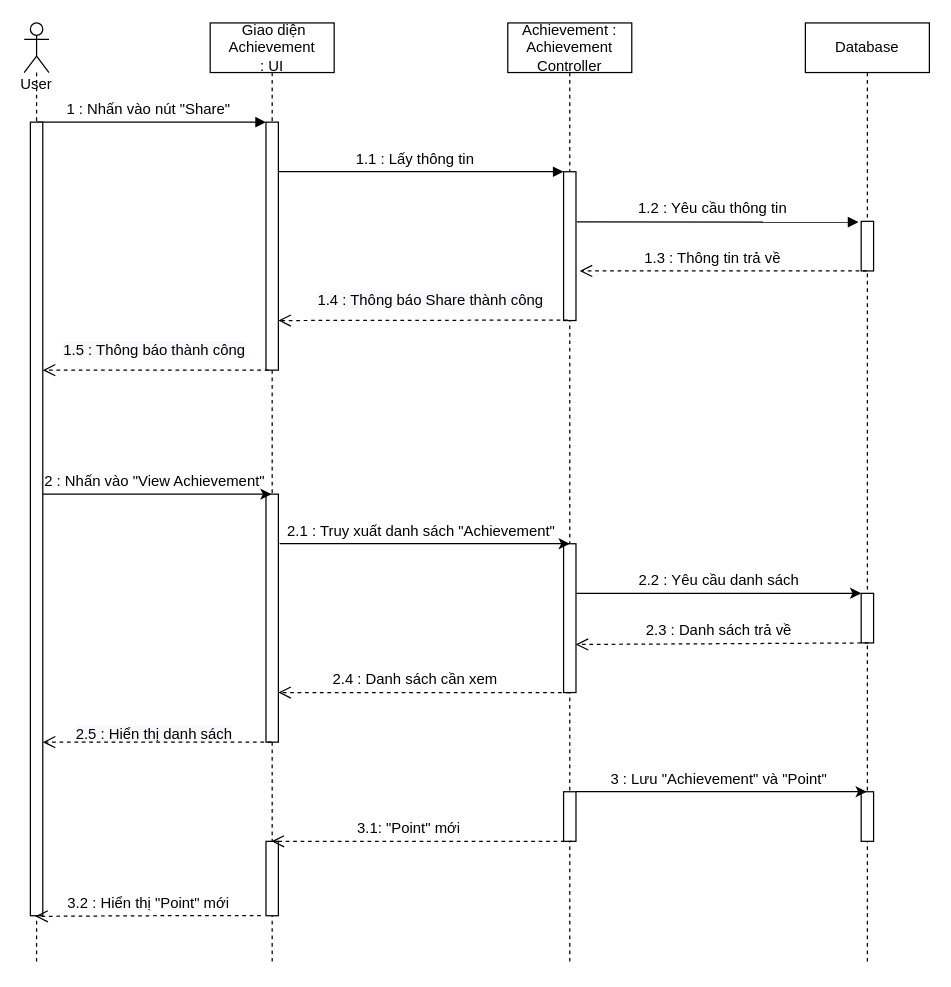
Merevoli-DatLuu/To-Do-App keeps this draw.io diagram as ToDoApp-Doc/Document/Diagram/Sequence Diagram/Achievement/Achievement_SequenceDiagram.drawio. Above is the earlier version. Source tidied: cells renumbered, new cells numbered last; positions are measured from the earlier drawing's top-left corner, leaving out a move shared by most shapes. Both pictures are drawn from the tidied source at 124%, with x=0, y=0 at pixel (24, 22).
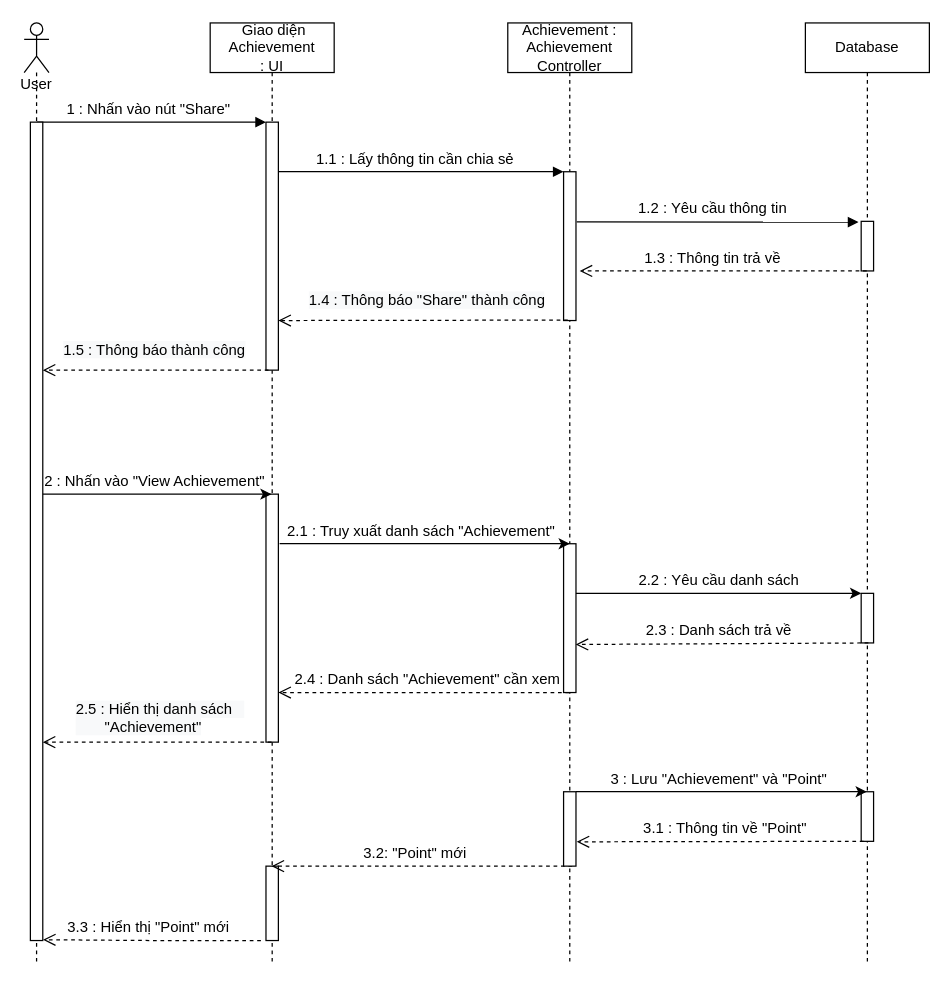
Above is the later version.

Commit message:
[Modified] : Achievement_SequenceDiagram

Unchanged cells that the change refers to:
```xml
<mxCell id="2" value="&amp;nbsp;Giao diện Achievement&lt;br&gt;: UI" style="shape=umlLifeline;perimeter=lifelinePerimeter;whiteSpace=wrap;html=1;outlineConnect=0;" parent="1" vertex="1">
  <mxGeometry x="150" width="100" height="760" as="geometry" />
</mxCell>
<mxCell id="6" value="Achievement : Achievement Controller" style="shape=umlLifeline;perimeter=lifelinePerimeter;whiteSpace=wrap;html=1;outlineConnect=0;" parent="1" vertex="1">
  <mxGeometry x="390" width="100" height="760" as="geometry" />
</mxCell>
<mxCell id="26" value="User" style="shape=umlLifeline;participant=umlActor;perimeter=lifelinePerimeter;whiteSpace=wrap;html=1;verticalAlign=top;spacingTop=36;" parent="1" vertex="1">
  <mxGeometry width="20" height="760" as="geometry" />
</mxCell>
```

The edit, as a diff of the source:
```diff
@@
     <mxCell id="5" style="html=1;perimeter=orthogonalPerimeter;" parent="2" vertex="1">
-      <mxGeometry x="45" y="660" width="10" height="60" as="geometry" />
+      <mxGeometry x="45" y="680" width="10" height="60" as="geometry" />
     </mxCell>
+    <mxCell id="43" value="3.3 : Hiển thị &quot;Point&quot; mới" style="text;html=1;align=center;verticalAlign=middle;" parent="2" vertex="1">
+      <mxGeometry x="-125" y="720" width="150" height="20" as="geometry" />
+    </mxCell>
+    <mxCell id="44" style="html=1;verticalAlign=bottom;endArrow=open;dashed=1;endSize=8;entryX=1.02;entryY=0.999;entryDx=0;entryDy=0;entryPerimeter=0;" parent="2" edge="1" target="27">
+      <mxGeometry relative="1" as="geometry">
+        <mxPoint x="40.9" y="740" as="sourcePoint" />
+        <Array as="points">
+          <mxPoint x="-48.6" y="740" />
+        </Array>
+      </mxGeometry>
+    </mxCell>
+    <mxCell id="45" style="html=1;verticalAlign=bottom;endArrow=open;dashed=1;endSize=8;" parent="2" edge="1">
+      <mxGeometry relative="1" as="geometry">
+        <mxPoint x="291.9" y="680" as="sourcePoint" />
+        <mxPoint x="49.5" y="680" as="targetPoint" />
+        <Array as="points">
+          <mxPoint x="202.4" y="680" />
+          <mxPoint x="160" y="680" />
+        </Array>
+      </mxGeometry>
+    </mxCell>
@@
     <mxCell id="9" style="html=1;points=[];perimeter=orthogonalPerimeter;" parent="6" vertex="1">
-      <mxGeometry x="45" y="620" width="10" height="40" as="geometry" />
+      <mxGeometry x="45" y="620" width="10" height="60" as="geometry" />
     </mxCell>
@@
-    <mxCell id="18" value="1.1 : Lấy thông tin" style="text;html=1;align=center;verticalAlign=middle;" parent="1" vertex="1">
-      <mxGeometry x="260" y="100" width="110" height="20" as="geometry" />
+    <mxCell id="18" value="1.1 : Lấy thông tin cần chia sẻ" style="text;html=1;align=center;verticalAlign=middle;" parent="1" vertex="1">
+      <mxGeometry x="230" y="100" width="170" height="20" as="geometry" />
     </mxCell>
@@
     <mxCell id="27" style="html=1;points=[];perimeter=orthogonalPerimeter;" parent="26" vertex="1">
-      <mxGeometry x="5" y="80" width="10" height="640" as="geometry" />
+      <mxGeometry x="5" y="80" width="10" height="660" as="geometry" />
     </mxCell>
@@
-    <mxCell id="32" value="&lt;span style=&quot;color: rgb(0 , 0 , 0) ; font-family: &amp;#34;helvetica&amp;#34; ; font-size: 12px ; font-style: normal ; font-weight: 400 ; letter-spacing: normal ; text-align: center ; text-indent: 0px ; text-transform: none ; word-spacing: 0px ; background-color: rgb(248 , 249 , 250) ; display: inline ; float: none&quot;&gt;1.4 : Thông báo Share thành công&lt;/span&gt;" style="text;whiteSpace=wrap;html=1;" parent="1" vertex="1">
-      <mxGeometry x="235" y="210" width="190" height="30" as="geometry" />
+    <mxCell id="32" value="&lt;span style=&quot;color: rgb(0 , 0 , 0) ; font-family: &amp;#34;helvetica&amp;#34; ; font-size: 12px ; font-style: normal ; font-weight: 400 ; letter-spacing: normal ; text-align: center ; text-indent: 0px ; text-transform: none ; word-spacing: 0px ; background-color: rgb(248 , 249 , 250) ; display: inline ; float: none&quot;&gt;1.4 : Thông báo &quot;Share&quot; thành công&lt;/span&gt;" style="text;whiteSpace=wrap;html=1;" parent="1" vertex="1">
+      <mxGeometry x="227.5" y="210" width="195" height="30" as="geometry" />
     </mxCell>
@@
-    <mxCell id="37" value="&lt;span style=&quot;font-family: &amp;#34;helvetica&amp;#34;&quot;&gt;2.4 : Danh sách cần xem&lt;/span&gt;" style="text;html=1;align=center;verticalAlign=middle;" parent="1" vertex="1">
-      <mxGeometry x="240" y="520" width="150" height="20" as="geometry" />
+    <mxCell id="37" value="&lt;span style=&quot;font-family: &amp;#34;helvetica&amp;#34;&quot;&gt;2.4 : Danh sách &quot;Achievement&quot; cần xem&lt;/span&gt;" style="text;html=1;align=center;verticalAlign=middle;" parent="1" vertex="1">
+      <mxGeometry x="210" y="520" width="230" height="20" as="geometry" />
     </mxCell>
-    <mxCell id="38" value="&lt;span style=&quot;color: rgb(0 , 0 , 0) ; font-family: &amp;#34;helvetica&amp;#34; ; font-size: 12px ; font-style: normal ; font-weight: 400 ; letter-spacing: normal ; text-align: center ; text-indent: 0px ; text-transform: none ; word-spacing: 0px ; background-color: rgb(248 , 249 , 250) ; display: inline ; float: none&quot;&gt;2.5 : Hiển thị danh sách&lt;/span&gt;" style="text;whiteSpace=wrap;html=1;" parent="1" vertex="1">
-      <mxGeometry x="40" y="560" width="180" height="30" as="geometry" />
+    <mxCell id="38" value="&lt;span style=&quot;color: rgb(0 , 0 , 0) ; font-family: &amp;#34;helvetica&amp;#34; ; font-size: 12px ; font-style: normal ; font-weight: 400 ; letter-spacing: normal ; text-align: center ; text-indent: 0px ; text-transform: none ; word-spacing: 0px ; background-color: rgb(248 , 249 , 250) ; display: inline ; float: none&quot;&gt;2.5 : Hiển thị danh sách&amp;nbsp; &amp;nbsp; &amp;nbsp; &amp;nbsp; &amp;nbsp; &amp;nbsp;&quot;Achievement&quot;&lt;/span&gt;" style="text;whiteSpace=wrap;html=1;" parent="1" vertex="1">
+      <mxGeometry x="40" y="540" width="140" height="30" as="geometry" />
     </mxCell>
@@
-    <mxCell id="42" value="3.1: &quot;Point&quot; mới" style="text;html=1;align=center;verticalAlign=middle;" parent="1" vertex="1">
-      <mxGeometry x="260" y="640" width="100" height="20" as="geometry" />
+    <mxCell id="42" value="3.2: &quot;Point&quot; mới" style="text;html=1;align=center;verticalAlign=middle;" parent="1" vertex="1">
+      <mxGeometry x="265" y="660" width="100" height="20" as="geometry" />
     </mxCell>
-    <mxCell id="43" value="3.2 : Hiển thị &quot;Point&quot; mới" style="text;html=1;align=center;verticalAlign=middle;" parent="1" vertex="1">
-      <mxGeometry x="25" y="700" width="150" height="20" as="geometry" />
-    </mxCell>
-    <mxCell id="44" style="html=1;verticalAlign=bottom;endArrow=open;dashed=1;endSize=8;entryX=1.26;entryY=0.782;entryDx=0;entryDy=0;entryPerimeter=0;" parent="1" edge="1">
-      <mxGeometry relative="1" as="geometry">
-        <mxPoint x="190.9" y="720" as="sourcePoint" />
-        <mxPoint x="9" y="720.5" as="targetPoint" />
-        <Array as="points">
-          <mxPoint x="101.4" y="720" />
-        </Array>
-      </mxGeometry>
-    </mxCell>
-    <mxCell id="45" style="html=1;verticalAlign=bottom;endArrow=open;dashed=1;endSize=8;" parent="1" edge="1" target="2">
-      <mxGeometry relative="1" as="geometry">
-        <mxPoint x="441.9" y="660" as="sourcePoint" />
-        <Array as="points">
-          <mxPoint x="352.4" y="660" />
-        </Array>
-      </mxGeometry>
-    </mxCell>
+    <mxCell id="46" style="html=1;verticalAlign=bottom;endArrow=open;dashed=1;endSize=8;entryX=1.06;entryY=0.673;entryDx=0;entryDy=0;entryPerimeter=0;" parent="1" edge="1" target="9">
+      <mxGeometry relative="1" as="geometry">
+        <mxPoint x="676.9" y="660" as="sourcePoint" />
+      </mxGeometry>
+    </mxCell>
+    <mxCell id="47" value="&lt;span style=&quot;font-family: &amp;#34;helvetica&amp;#34; ; text-align: left&quot;&gt;3.1 : Thông tin về &quot;Point&quot;&lt;/span&gt;" style="text;html=1;align=center;verticalAlign=middle;" parent="1" vertex="1">
+      <mxGeometry x="490" y="640" width="150" height="20" as="geometry" />
+    </mxCell>
```
